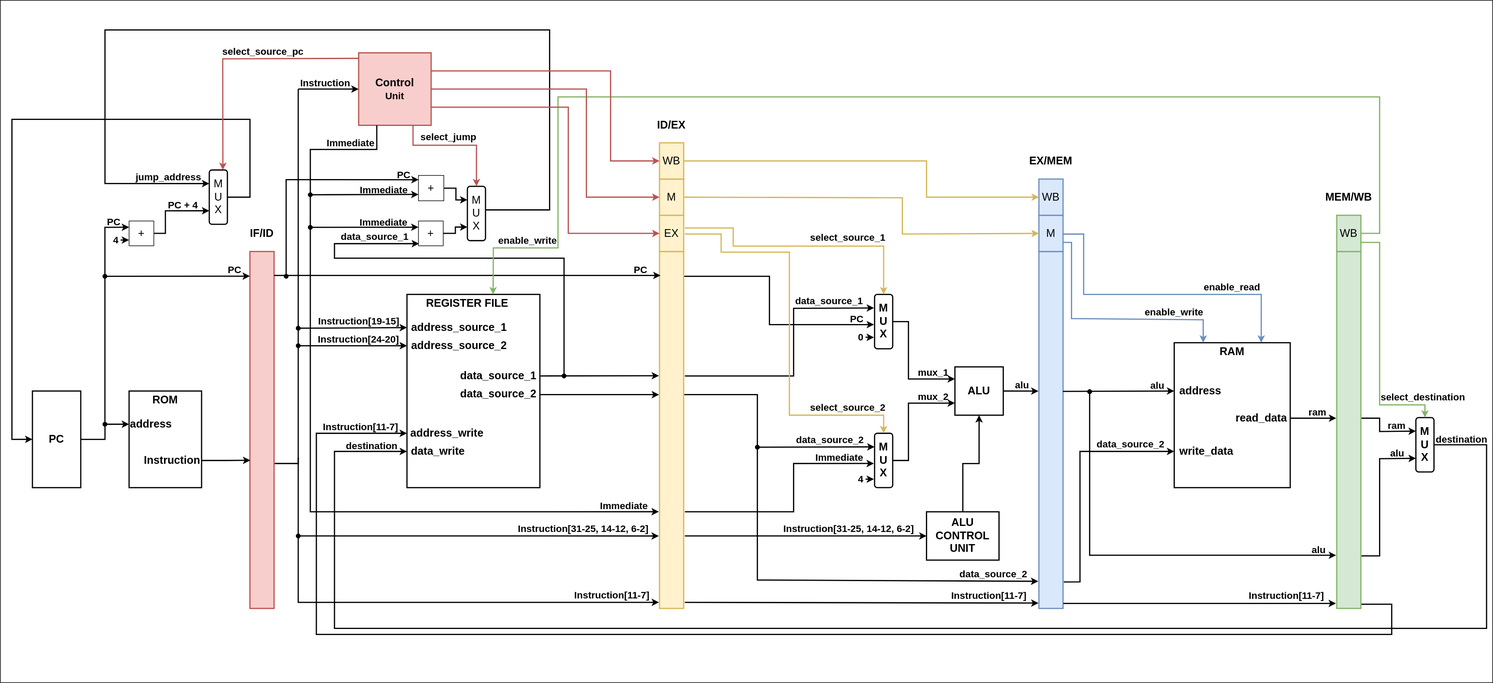
Above: docs/en/public/images/referencia/componentes/top_level_core.drawio.svg in insper-riscv/core (draw.io), before the change. Source tidied: cells renumbered, new cells last; positions are measured from the earlier drawing's top-left corner, leaving out a move shared by most shapes.
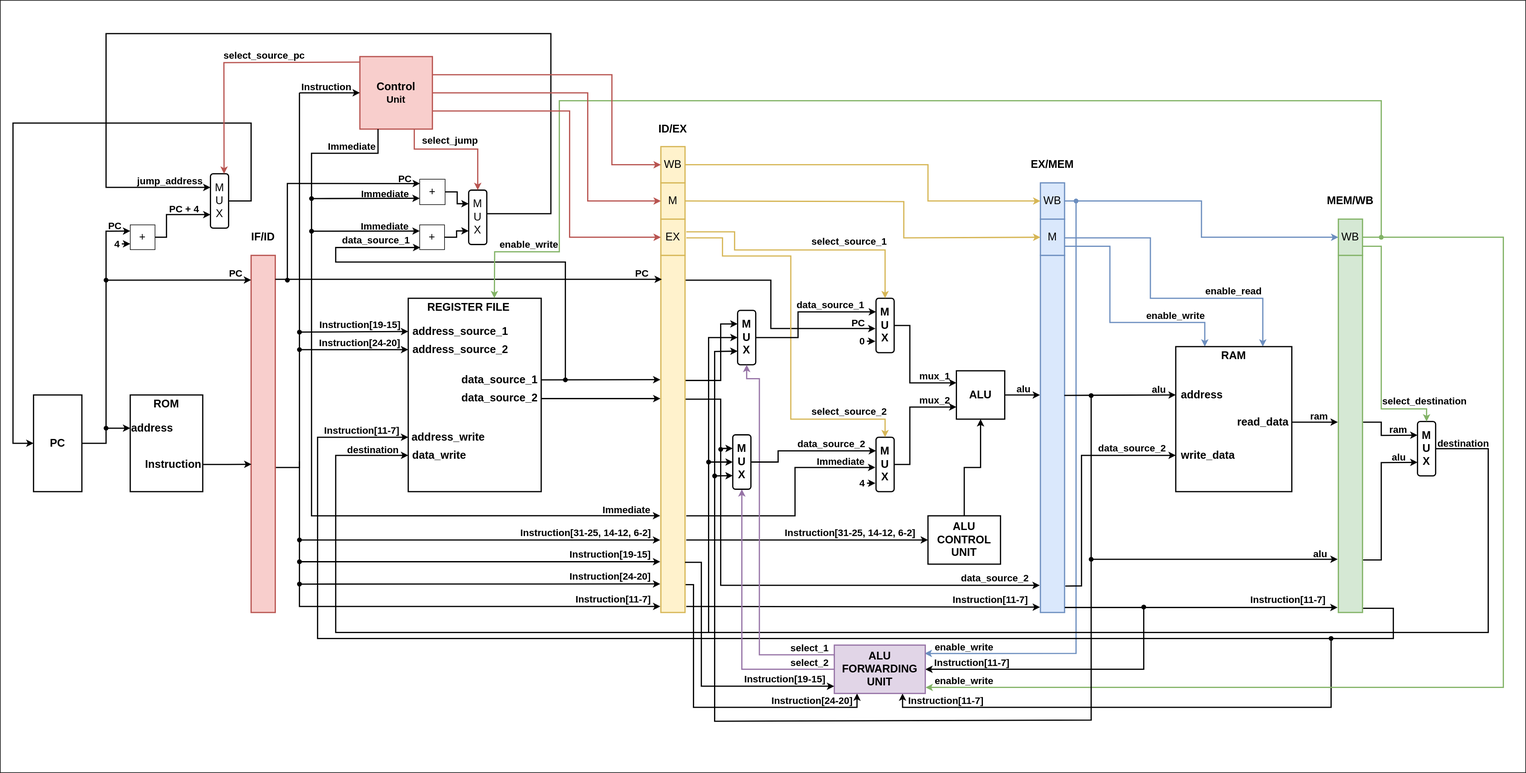
Above is the later version.

Commit message:
updating diagram of top_level_core

Change to the diagram source:
```diff
@@ -2,12 +2,37 @@
   <root>
     <mxCell id="0" />
     <mxCell id="1" parent="0" />
-    <mxCell id="2" style="rounded=0;whiteSpace=wrap;html=1;" parent="1" vertex="1">
-      <mxGeometry width="2470" height="1130" as="geometry" />
-    </mxCell>
+    <mxCell id="152" style="rounded=0;whiteSpace=wrap;html=1;" parent="1" vertex="1">
+      <mxGeometry x="-2" y="-6" width="2524" height="1278" as="geometry" />
+    </mxCell>
     <mxCell id="3" style="rounded=0;whiteSpace=wrap;html=1;strokeWidth=2;fillColor=#f8cecc;strokeColor=#b85450;" parent="1" vertex="1">
       <mxGeometry x="413" y="416" width="40" height="591" as="geometry" />
     </mxCell>
+    <mxCell id="153" style="edgeStyle=orthogonalEdgeStyle;rounded=0;jettySize=auto;html=1;entryX=0;entryY=0.25;entryDx=0;entryDy=0;strokeWidth=2;" parent="1" edge="1" source="4" target="162">
+      <mxGeometry relative="1" as="geometry">
+        <Array as="points">
+          <mxPoint x="1190" y="623" />
+          <mxPoint x="1190" y="530" />
+        </Array>
+      </mxGeometry>
+    </mxCell>
+    <mxCell id="154" style="edgeStyle=orthogonalEdgeStyle;rounded=0;jettySize=auto;html=1;entryX=0;entryY=0.25;entryDx=0;entryDy=0;strokeWidth=2;" parent="1" edge="1" source="4" target="167">
+      <mxGeometry relative="1" as="geometry">
+        <Array as="points">
+          <mxPoint x="1190" y="654" />
+          <mxPoint x="1190" y="736" />
+        </Array>
+      </mxGeometry>
+    </mxCell>
+    <mxCell id="155" style="edgeStyle=orthogonalEdgeStyle;rounded=0;jettySize=auto;html=1;entryX=0.25;entryY=1;entryDx=0;entryDy=0;strokeWidth=2;" parent="1" edge="1" source="4" target="165">
+      <mxGeometry relative="1" as="geometry">
+        <Array as="points">
+          <mxPoint x="1145" y="961" />
+          <mxPoint x="1145" y="1164" />
+          <mxPoint x="1416" y="1164" />
+        </Array>
+      </mxGeometry>
+    </mxCell>
     <mxCell id="4" style="rounded=0;whiteSpace=wrap;html=1;strokeWidth=2;fillColor=#fff2cc;strokeColor=#d6b656;" parent="1" vertex="1">
       <mxGeometry x="1091" y="416" width="40" height="591" as="geometry" />
     </mxCell>
@@ -20,27 +45,75 @@
     <mxCell id="7" value="&lt;font style=&quot;font-size: 18px;&quot;&gt;WB&lt;/font&gt;" style="rounded=0;whiteSpace=wrap;html=1;strokeColor=#d6b656;strokeWidth=2;fillColor=#fff2cc;" parent="1" vertex="1">
       <mxGeometry x="1091" y="236" width="40" height="60" as="geometry" />
     </mxCell>
+    <mxCell id="156" style="edgeStyle=orthogonalEdgeStyle;rounded=0;jettySize=auto;html=1;entryX=1;entryY=0.5;entryDx=0;entryDy=0;strokeWidth=2;startArrow=oval;startFill=1;" parent="1" edge="1" target="165">
+      <mxGeometry relative="1" as="geometry">
+        <mxPoint x="1890" y="998" as="sourcePoint" />
+        <Array as="points">
+          <mxPoint x="1890" y="998" />
+          <mxPoint x="1890" y="1101" />
+        </Array>
+      </mxGeometry>
+    </mxCell>
     <mxCell id="8" style="rounded=0;whiteSpace=wrap;html=1;strokeWidth=2;fillColor=#dae8fc;strokeColor=#6c8ebf;" parent="1" vertex="1">
       <mxGeometry x="1719" y="416" width="40" height="591" as="geometry" />
     </mxCell>
     <mxCell id="9" style="edgeStyle=orthogonalEdgeStyle;rounded=0;jettySize=auto;html=1;entryX=0.75;entryY=0;entryDx=0;entryDy=0;strokeColor=#6c8ebf;strokeWidth=2;" parent="1" edge="1" source="10" target="108">
       <mxGeometry relative="1" as="geometry">
         <Array as="points">
-          <mxPoint x="1793" y="387" />
-          <mxPoint x="1793" y="487" />
+          <mxPoint x="1901" y="387" />
+          <mxPoint x="1901" y="487" />
           <mxPoint x="2087" y="487" />
         </Array>
       </mxGeometry>
     </mxCell>
+    <mxCell id="157" style="edgeStyle=orthogonalEdgeStyle;rounded=0;jettySize=auto;html=1;entryX=0.993;entryY=0.173;entryDx=0;entryDy=0;fillColor=#dae8fc;strokeColor=#6c8ebf;strokeWidth=2;startArrow=oval;startFill=1;entryPerimeter=0;" parent="1" edge="1" target="165">
+      <mxGeometry relative="1" as="geometry">
+        <mxPoint x="1778" y="326" as="sourcePoint" />
+        <Array as="points">
+          <mxPoint x="1778" y="1075" />
+        </Array>
+      </mxGeometry>
+    </mxCell>
+    <mxCell id="111" style="edgeStyle=orthogonalEdgeStyle;rounded=0;jettySize=auto;html=1;entryX=0.25;entryY=0;entryDx=0;entryDy=0;fillColor=#dae8fc;strokeColor=#6c8ebf;strokeWidth=2;" parent="1" edge="1" source="10" target="108">
+      <mxGeometry relative="1" as="geometry">
+        <Array as="points">
+          <mxPoint x="1834" y="401" />
+          <mxPoint x="1834" y="527" />
+          <mxPoint x="1991" y="527" />
+        </Array>
+      </mxGeometry>
+    </mxCell>
     <mxCell id="10" value="&lt;font style=&quot;font-size: 18px;&quot;&gt;M&lt;/font&gt;" style="rounded=0;whiteSpace=wrap;html=1;strokeColor=#6c8ebf;strokeWidth=2;fillColor=#dae8fc;" parent="1" vertex="1">
       <mxGeometry x="1719" y="356" width="40" height="60" as="geometry" />
     </mxCell>
+    <mxCell id="158" style="edgeStyle=orthogonalEdgeStyle;rounded=0;jettySize=auto;html=1;entryX=0;entryY=0.5;entryDx=0;entryDy=0;fillColor=#dae8fc;strokeColor=#6c8ebf;strokeWidth=2;" parent="1" edge="1" source="11" target="13">
+      <mxGeometry relative="1" as="geometry" />
+    </mxCell>
     <mxCell id="11" value="&lt;font style=&quot;font-size: 18px;&quot;&gt;WB&lt;/font&gt;" style="rounded=0;whiteSpace=wrap;html=1;strokeColor=#6c8ebf;strokeWidth=2;fillColor=#dae8fc;" parent="1" vertex="1">
       <mxGeometry x="1719" y="296" width="40" height="60" as="geometry" />
     </mxCell>
+    <mxCell id="159" style="edgeStyle=orthogonalEdgeStyle;rounded=0;jettySize=auto;html=1;entryX=0.75;entryY=1;entryDx=0;entryDy=0;strokeWidth=2;startArrow=oval;startFill=1;" parent="1" edge="1" target="165">
+      <mxGeometry relative="1" as="geometry">
+        <mxPoint x="2200" y="1050" as="sourcePoint" />
+        <Array as="points">
+          <mxPoint x="2200" y="1050" />
+          <mxPoint x="2200" y="1164" />
+          <mxPoint x="1491" y="1164" />
+        </Array>
+      </mxGeometry>
+    </mxCell>
     <mxCell id="12" style="rounded=0;whiteSpace=wrap;html=1;strokeWidth=2;fillColor=#d5e8d4;strokeColor=#82b366;" parent="1" vertex="1">
       <mxGeometry x="2212" y="416" width="40" height="591" as="geometry" />
     </mxCell>
+    <mxCell id="160" style="edgeStyle=orthogonalEdgeStyle;rounded=0;jettySize=auto;html=1;entryX=1.003;entryY=0.875;entryDx=0;entryDy=0;fillColor=#d5e8d4;strokeColor=#82b366;strokeWidth=2;startArrow=oval;startFill=1;entryPerimeter=0;" parent="1" edge="1" target="165">
+      <mxGeometry relative="1" as="geometry">
+        <mxPoint x="2283" y="386" as="sourcePoint" />
+        <Array as="points">
+          <mxPoint x="2485" y="386" />
+          <mxPoint x="2485" y="1131" />
+        </Array>
+      </mxGeometry>
+    </mxCell>
     <mxCell id="13" value="&lt;font style=&quot;font-size: 18px;&quot;&gt;WB&lt;/font&gt;" style="rounded=0;whiteSpace=wrap;html=1;strokeColor=#82b366;strokeWidth=2;fillColor=#d5e8d4;" parent="1" vertex="1">
       <mxGeometry x="2212" y="356" width="40" height="60" as="geometry" />
     </mxCell>
@@ -153,7 +226,7 @@
       </mxGeometry>
     </mxCell>
     <mxCell id="44" value="&lt;font style=&quot;font-size: 16px;&quot;&gt;Immediate&lt;/font&gt;" style="text;html=1;align=center;verticalAlign=middle;whiteSpace=wrap;rounded=0;fontStyle=1;" parent="1" vertex="1">
-      <mxGeometry x="986" y="822" width="93" height="30" as="geometry" />
+      <mxGeometry x="988" y="822" width="93" height="30" as="geometry" />
     </mxCell>
     <mxCell id="45" style="endArrow=classic;html=1;rounded=0;startArrow=oval;startFill=1;entryX=0;entryY=0.75;entryDx=0;entryDy=0;strokeWidth=2;" parent="1" edge="1" target="37">
       <mxGeometry relative="1" as="geometry">
@@ -304,7 +377,7 @@
       </mxGeometry>
     </mxCell>
     <mxCell id="74" value="&lt;font style=&quot;font-size: 16px;&quot;&gt;Instruction[31-25, 14-12, 6-2]&lt;/font&gt;" style="text;html=1;align=center;verticalAlign=middle;whiteSpace=wrap;rounded=0;fontStyle=1;" parent="1" vertex="1">
-      <mxGeometry x="848" y="860" width="234" height="30" as="geometry" />
+      <mxGeometry x="850" y="860" width="234" height="30" as="geometry" />
     </mxCell>
     <mxCell id="75" style="endArrow=classic;html=1;rounded=0;entryX=-0.021;entryY=0.983;entryDx=0;entryDy=0;entryPerimeter=0;startArrow=oval;startFill=1;strokeWidth=2;" parent="1" edge="1" target="4">
       <mxGeometry relative="1" as="geometry">
@@ -342,28 +415,9 @@
     <mxCell id="81" value="&lt;font style=&quot;font-size: 18px;&quot;&gt;M&lt;br&gt;U&lt;br&gt;X&lt;/font&gt;" style="rounded=1;whiteSpace=wrap;html=1;strokeWidth=2;fontStyle=1;" parent="1" vertex="1">
       <mxGeometry x="1447" y="717" width="30" height="90" as="geometry" />
     </mxCell>
-    <mxCell id="82" style="endArrow=classic;html=1;rounded=0;entryX=-0.029;entryY=0.25;entryDx=0;entryDy=0;entryPerimeter=0;strokeWidth=2;" parent="1" edge="1" target="79">
-      <mxGeometry relative="1" as="geometry">
-        <mxPoint x="1133" y="622" as="sourcePoint" />
-        <Array as="points">
-          <mxPoint x="1313" y="622" />
-          <mxPoint x="1313" y="510" />
-        </Array>
-      </mxGeometry>
-    </mxCell>
     <mxCell id="83" value="&lt;font style=&quot;font-size: 16px;&quot;&gt;data_source_1&lt;/font&gt;" style="text;html=1;align=center;verticalAlign=middle;whiteSpace=wrap;rounded=0;fontStyle=1;" parent="1" vertex="1">
       <mxGeometry x="1312" y="483" width="120" height="30" as="geometry" />
     </mxCell>
-    <mxCell id="84" style="endArrow=classic;html=1;rounded=0;entryX=0;entryY=0.25;entryDx=0;entryDy=0;strokeWidth=2;" parent="1" edge="1" target="81">
-      <mxGeometry relative="1" as="geometry">
-        <mxPoint x="1132" y="653" as="sourcePoint" />
-        <Array as="points">
-          <mxPoint x="1253" y="653" />
-          <mxPoint x="1253" y="707" />
-          <mxPoint x="1253" y="740" />
-        </Array>
-      </mxGeometry>
-    </mxCell>
     <mxCell id="85" value="&lt;font style=&quot;font-size: 16px;&quot;&gt;data_source_2&lt;/font&gt;" style="text;html=1;align=center;verticalAlign=middle;whiteSpace=wrap;rounded=0;fontStyle=1;" parent="1" vertex="1">
       <mxGeometry x="1306" y="713" width="135" height="30" as="geometry" />
     </mxCell>
@@ -488,15 +542,6 @@
     <mxCell id="110" style="endArrow=classic;html=1;rounded=0;exitX=1;exitY=0.5;exitDx=0;exitDy=0;entryX=-0.017;entryY=0.391;entryDx=0;entryDy=0;entryPerimeter=0;strokeWidth=2;" parent="1" edge="1" source="77" target="8">
       <mxGeometry relative="1" as="geometry" />
     </mxCell>
-    <mxCell id="111" style="endArrow=classic;html=1;rounded=0;exitX=1;exitY=0.75;exitDx=0;exitDy=0;entryX=0.25;entryY=0;entryDx=0;entryDy=0;strokeColor=#6c8ebf;strokeWidth=2;" parent="1" edge="1" source="10" target="108">
-      <mxGeometry relative="1" as="geometry">
-        <Array as="points">
-          <mxPoint x="1773" y="401" />
-          <mxPoint x="1773" y="527" />
-          <mxPoint x="1991" y="529" />
-        </Array>
-      </mxGeometry>
-    </mxCell>
     <mxCell id="112" value="&lt;font style=&quot;font-size: 16px;&quot;&gt;enable_write&lt;/font&gt;" style="text;html=1;align=center;verticalAlign=middle;whiteSpace=wrap;rounded=0;fontStyle=1;" parent="1" vertex="1">
       <mxGeometry x="1893" y="501" width="100" height="30" as="geometry" />
     </mxCell>
@@ -505,9 +550,9 @@
     </mxCell>
     <mxCell id="114" style="endArrow=classic;html=1;rounded=0;entryX=-0.026;entryY=0.924;entryDx=0;entryDy=0;entryPerimeter=0;startArrow=oval;startFill=1;strokeWidth=2;" parent="1" edge="1" target="8">
       <mxGeometry relative="1" as="geometry">
-        <mxPoint x="1253" y="740" as="sourcePoint" />
+        <mxPoint x="1190" y="737" as="sourcePoint" />
         <Array as="points">
-          <mxPoint x="1253" y="960" />
+          <mxPoint x="1190" y="962" />
         </Array>
       </mxGeometry>
     </mxCell>
@@ -696,5 +741,124 @@
     <mxCell id="151" value="&lt;font style=&quot;font-size: 16px;&quot;&gt;select_jump&lt;/font&gt;" style="text;html=1;align=center;verticalAlign=middle;whiteSpace=wrap;rounded=0;fontStyle=1;" parent="1" vertex="1">
       <mxGeometry x="700" y="211" width="84.5" height="30" as="geometry" />
     </mxCell>
+    <mxCell id="161" style="edgeStyle=orthogonalEdgeStyle;rounded=0;jettySize=auto;html=1;entryX=0;entryY=0.25;entryDx=0;entryDy=0;strokeWidth=2;" parent="1" edge="1" source="162" target="79">
+      <mxGeometry relative="1" as="geometry">
+        <Array as="points">
+          <mxPoint x="1318" y="552" />
+          <mxPoint x="1318" y="510" />
+        </Array>
+      </mxGeometry>
+    </mxCell>
+    <mxCell id="162" value="&lt;font style=&quot;font-size: 18px;&quot;&gt;M&lt;br&gt;U&lt;br&gt;X&lt;/font&gt;" style="rounded=1;whiteSpace=wrap;html=1;strokeWidth=2;fontStyle=1;" parent="1" vertex="1">
+      <mxGeometry x="1218" y="507" width="30" height="90" as="geometry" />
+    </mxCell>
+    <mxCell id="163" style="edgeStyle=orthogonalEdgeStyle;rounded=0;jettySize=auto;html=1;entryX=0.5;entryY=1;entryDx=0;entryDy=0;exitX=0;exitY=0.25;exitDx=0;exitDy=0;fillColor=#e1d5e7;strokeColor=#9673a6;strokeWidth=2;" parent="1" edge="1" source="165" target="162">
+      <mxGeometry relative="1" as="geometry">
+        <Array as="points">
+          <mxPoint x="1378" y="1077" />
+          <mxPoint x="1254" y="1077" />
+          <mxPoint x="1254" y="620" />
+          <mxPoint x="1233" y="620" />
+        </Array>
+      </mxGeometry>
+    </mxCell>
+    <mxCell id="164" style="edgeStyle=orthogonalEdgeStyle;rounded=0;jettySize=auto;html=1;entryX=0.5;entryY=1;entryDx=0;entryDy=0;fillColor=#e1d5e7;strokeColor=#9673a6;strokeWidth=2;" parent="1" edge="1" source="165" target="167">
+      <mxGeometry relative="1" as="geometry">
+        <Array as="points">
+          <mxPoint x="1225" y="1101" />
+        </Array>
+      </mxGeometry>
+    </mxCell>
+    <mxCell id="165" value="&lt;font style=&quot;font-size: 18px;&quot;&gt;&lt;b&gt;ALU&lt;/b&gt;&lt;/font&gt;&lt;div&gt;&lt;font style=&quot;font-size: 18px;&quot;&gt;&lt;b&gt;FORWARDING&lt;/b&gt;&lt;/font&gt;&lt;/div&gt;&lt;div&gt;&lt;font style=&quot;font-size: 18px;&quot;&gt;&lt;b&gt;UNIT&lt;/b&gt;&lt;/font&gt;&lt;/div&gt;" style="rounded=0;whiteSpace=wrap;html=1;strokeWidth=2;fillColor=#e1d5e7;strokeColor=#9673a6;" parent="1" vertex="1">
+      <mxGeometry x="1378" y="1061" width="150.5" height="80" as="geometry" />
+    </mxCell>
+    <mxCell id="166" style="edgeStyle=orthogonalEdgeStyle;rounded=0;jettySize=auto;html=1;entryX=0;entryY=0.25;entryDx=0;entryDy=0;strokeWidth=2;" parent="1" edge="1" source="167" target="81">
+      <mxGeometry relative="1" as="geometry">
+        <Array as="points">
+          <mxPoint x="1285" y="758" />
+          <mxPoint x="1285" y="740" />
+        </Array>
+      </mxGeometry>
+    </mxCell>
+    <mxCell id="167" value="&lt;font style=&quot;font-size: 18px;&quot;&gt;M&lt;br&gt;U&lt;br&gt;X&lt;/font&gt;" style="rounded=1;whiteSpace=wrap;html=1;strokeWidth=2;fontStyle=1;" parent="1" vertex="1">
+      <mxGeometry x="1210" y="713" width="30" height="90" as="geometry" />
+    </mxCell>
+    <mxCell id="168" style="endArrow=classic;html=1;rounded=0;startArrow=oval;startFill=1;entryX=0;entryY=0.75;entryDx=0;entryDy=0;strokeWidth=2;" parent="1" edge="1" target="162">
+      <mxGeometry relative="1" as="geometry">
+        <mxPoint x="1803" y="919" as="sourcePoint" />
+        <Array as="points">
+          <mxPoint x="1803" y="1185" />
+          <mxPoint x="1180" y="1187" />
+          <mxPoint x="1180" y="575" />
+        </Array>
+      </mxGeometry>
+    </mxCell>
+    <mxCell id="169" style="endArrow=classic;html=1;rounded=0;entryX=0;entryY=0.75;entryDx=0;entryDy=0;startArrow=oval;startFill=1;strokeWidth=2;" parent="1" edge="1" target="167">
+      <mxGeometry relative="1" as="geometry">
+        <mxPoint x="1180" y="781" as="sourcePoint" />
+      </mxGeometry>
+    </mxCell>
+    <mxCell id="170" style="endArrow=classic;html=1;rounded=0;entryX=0;entryY=0.5;entryDx=0;entryDy=0;strokeWidth=2;" parent="1" edge="1" target="162">
+      <mxGeometry relative="1" as="geometry">
+        <mxPoint x="1170" y="1040" as="sourcePoint" />
+        <Array as="points">
+          <mxPoint x="1170" y="552" />
+        </Array>
+      </mxGeometry>
+    </mxCell>
+    <mxCell id="171" style="endArrow=classic;html=1;rounded=0;entryX=0;entryY=0.5;entryDx=0;entryDy=0;startArrow=oval;startFill=1;strokeWidth=2;" parent="1" edge="1" target="167">
+      <mxGeometry relative="1" as="geometry">
+        <mxPoint x="1170" y="758" as="sourcePoint" />
+      </mxGeometry>
+    </mxCell>
+    <mxCell id="172" style="endArrow=classic;html=1;rounded=0;startArrow=oval;startFill=1;entryX=-0.025;entryY=0.92;entryDx=0;entryDy=0;entryPerimeter=0;strokeWidth=2;" parent="1" edge="1" target="4">
+      <mxGeometry relative="1" as="geometry">
+        <mxPoint x="493" y="960" as="sourcePoint" />
+      </mxGeometry>
+    </mxCell>
+    <mxCell id="173" style="endArrow=classic;html=1;rounded=0;startArrow=oval;startFill=1;entryX=-0.025;entryY=0.92;entryDx=0;entryDy=0;entryPerimeter=0;strokeWidth=2;" parent="1" edge="1">
+      <mxGeometry relative="1" as="geometry">
+        <mxPoint x="493" y="923" as="sourcePoint" />
+        <mxPoint x="1090" y="923" as="targetPoint" />
+      </mxGeometry>
+    </mxCell>
+    <mxCell id="174" value="&lt;font style=&quot;font-size: 16px;&quot;&gt;Instruction[24-20]&lt;/font&gt;" style="text;html=1;align=center;verticalAlign=middle;whiteSpace=wrap;rounded=0;fontStyle=1;" parent="1" vertex="1">
+      <mxGeometry x="936" y="932" width="143" height="30" as="geometry" />
+    </mxCell>
+    <mxCell id="175" value="&lt;font style=&quot;font-size: 16px;&quot;&gt;Instruction[19-15]&lt;/font&gt;" style="text;html=1;align=center;verticalAlign=middle;whiteSpace=wrap;rounded=0;fontStyle=1;" parent="1" vertex="1">
+      <mxGeometry x="936" y="896" width="143" height="30" as="geometry" />
+    </mxCell>
+    <mxCell id="176" value="&lt;font style=&quot;font-size: 16px;&quot;&gt;select_1&lt;/font&gt;" style="text;html=1;align=center;verticalAlign=middle;whiteSpace=wrap;rounded=0;fontStyle=1;" parent="1" vertex="1">
+      <mxGeometry x="1302" y="1051" width="71" height="30" as="geometry" />
+    </mxCell>
+    <mxCell id="177" value="&lt;font style=&quot;font-size: 16px;&quot;&gt;select_2&lt;/font&gt;" style="text;html=1;align=center;verticalAlign=middle;whiteSpace=wrap;rounded=0;fontStyle=1;" parent="1" vertex="1">
+      <mxGeometry x="1302" y="1075" width="71" height="30" as="geometry" />
+    </mxCell>
+    <mxCell id="178" value="&lt;font style=&quot;font-size: 16px;&quot;&gt;Instruction[19-15]&lt;/font&gt;" style="text;html=1;align=center;verticalAlign=middle;whiteSpace=wrap;rounded=0;fontStyle=1;" parent="1" vertex="1">
+      <mxGeometry x="1225" y="1102" width="143" height="30" as="geometry" />
+    </mxCell>
+    <mxCell id="179" value="&lt;font style=&quot;font-size: 16px;&quot;&gt;Instruction[24-20]&lt;/font&gt;" style="text;html=1;align=center;verticalAlign=middle;whiteSpace=wrap;rounded=0;fontStyle=1;" parent="1" vertex="1">
+      <mxGeometry x="1270" y="1138" width="143" height="30" as="geometry" />
+    </mxCell>
+    <mxCell id="180" style="edgeStyle=orthogonalEdgeStyle;rounded=0;jettySize=auto;html=1;entryX=-0.001;entryY=0.85;entryDx=0;entryDy=0;entryPerimeter=0;strokeWidth=2;" parent="1" edge="1" source="4" target="165">
+      <mxGeometry relative="1" as="geometry">
+        <Array as="points">
+          <mxPoint x="1158" y="924" />
+          <mxPoint x="1158" y="1129" />
+        </Array>
+      </mxGeometry>
+    </mxCell>
+    <mxCell id="181" value="&lt;font style=&quot;font-size: 16px;&quot;&gt;&lt;b&gt;enable_write&lt;/b&gt;&lt;/font&gt;" style="text;html=1;align=center;verticalAlign=middle;whiteSpace=wrap;rounded=0;" parent="1" vertex="1">
+      <mxGeometry x="1543" y="1049" width="100" height="30" as="geometry" />
+    </mxCell>
+    <mxCell id="182" value="&lt;font style=&quot;font-size: 16px;&quot;&gt;Instruction[11-7]&lt;/font&gt;" style="text;html=1;align=center;verticalAlign=middle;whiteSpace=wrap;rounded=0;fontStyle=1;" parent="1" vertex="1">
+      <mxGeometry x="1533" y="1075" width="146" height="30" as="geometry" />
+    </mxCell>
+    <mxCell id="183" value="&lt;font style=&quot;font-size: 16px;&quot;&gt;&lt;b&gt;enable_write&lt;/b&gt;&lt;/font&gt;" style="text;html=1;align=center;verticalAlign=middle;whiteSpace=wrap;rounded=0;" parent="1" vertex="1">
+      <mxGeometry x="1543" y="1105" width="100" height="30" as="geometry" />
+    </mxCell>
+    <mxCell id="184" value="&lt;font style=&quot;font-size: 16px;&quot;&gt;Instruction[11-7]&lt;/font&gt;" style="text;html=1;align=center;verticalAlign=middle;whiteSpace=wrap;rounded=0;fontStyle=1;" parent="1" vertex="1">
+      <mxGeometry x="1490" y="1138" width="146" height="30" as="geometry" />
+    </mxCell>
   </root>
 </mxGraphModel>
```
